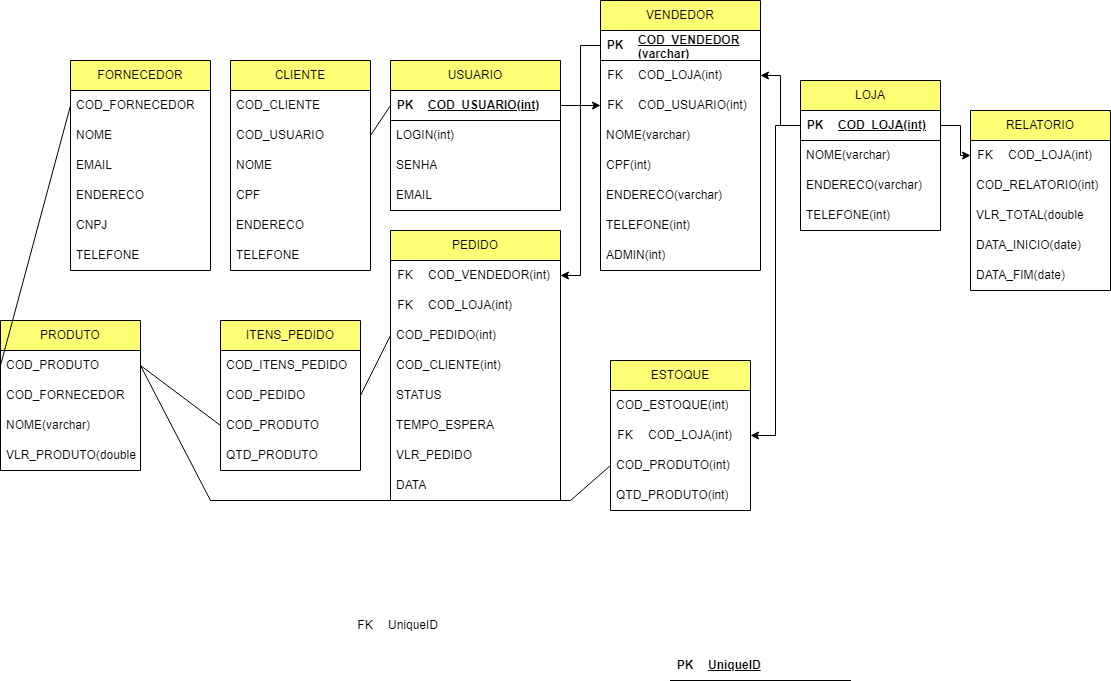
Above: ProjetoLógicoZéDelivery/zedelivery.drawio.png in NicolasKevin2/BD (draw.io), before the change. Source tidied: cells renumbered, new cells last; positions are measured from the earlier drawing's top-left corner, leaving out a move shared by most shapes.
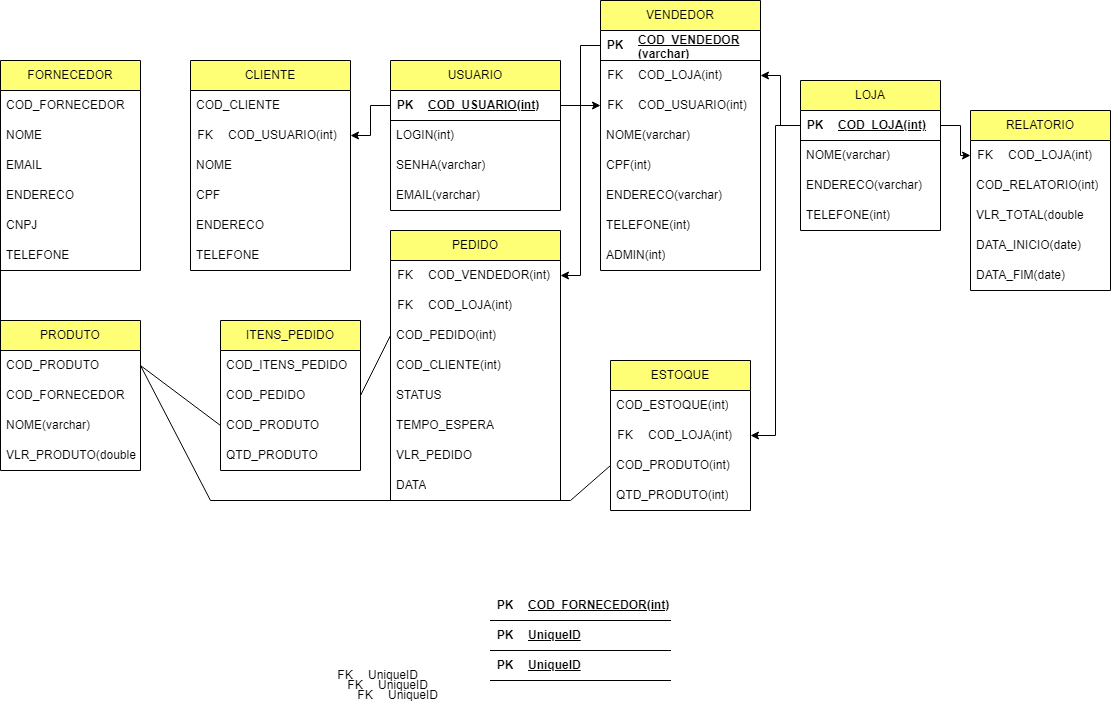
The same file after the commit.

The edit, as a diff of the source:
```diff
@@ -20,38 +20,42 @@
     <mxCell id="7" value="LOGIN(int)" style="text;strokeColor=none;fillColor=none;align=left;verticalAlign=middle;spacingLeft=4;spacingRight=4;overflow=hidden;whiteSpace=wrap;html=1;" parent="2" vertex="1">
       <mxGeometry y="60" width="170" height="30" as="geometry" />
     </mxCell>
-    <mxCell id="8" value="SENHA" style="text;strokeColor=none;fillColor=none;align=left;verticalAlign=middle;spacingLeft=4;spacingRight=4;overflow=hidden;whiteSpace=wrap;html=1;" parent="2" vertex="1">
+    <mxCell id="8" value="SENHA(varchar)" style="text;strokeColor=none;fillColor=none;align=left;verticalAlign=middle;spacingLeft=4;spacingRight=4;overflow=hidden;whiteSpace=wrap;html=1;" parent="2" vertex="1">
       <mxGeometry y="90" width="170" height="30" as="geometry" />
     </mxCell>
-    <mxCell id="9" value="EMAIL" style="text;strokeColor=none;fillColor=none;align=left;verticalAlign=middle;spacingLeft=4;spacingRight=4;overflow=hidden;whiteSpace=wrap;html=1;" parent="2" vertex="1">
+    <mxCell id="9" value="EMAIL(varchar)" style="text;strokeColor=none;fillColor=none;align=left;verticalAlign=middle;spacingLeft=4;spacingRight=4;overflow=hidden;whiteSpace=wrap;html=1;" parent="2" vertex="1">
       <mxGeometry y="120" width="170" height="30" as="geometry" />
     </mxCell>
     <mxCell id="10" value="CLIENTE" style="swimlane;fontStyle=0;horizontal=1;startSize=30;whiteSpace=wrap;html=1;fillColor=#FFFF75;" parent="1" vertex="1">
-      <mxGeometry x="230" y="60" width="140" height="210" as="geometry" />
+      <mxGeometry x="190" y="60" width="160" height="210" as="geometry" />
     </mxCell>
     <mxCell id="11" value="COD_CLIENTE" style="text;strokeColor=none;fillColor=none;align=left;verticalAlign=middle;spacingLeft=4;spacingRight=4;overflow=hidden;whiteSpace=wrap;html=1;" parent="10" vertex="1">
-      <mxGeometry y="30" width="140" height="30" as="geometry" />
+      <mxGeometry y="30" width="160" height="30" as="geometry" />
     </mxCell>
-    <mxCell id="12" value="COD_USUARIO" style="text;strokeColor=none;fillColor=none;align=left;verticalAlign=middle;spacingLeft=4;spacingRight=4;overflow=hidden;points=[[0,0.5],[1,0.5]];portConstraint=eastwest;whiteSpace=wrap;html=1;" parent="10" vertex="1">
-      <mxGeometry y="60" width="140" height="30" as="geometry" />
-    </mxCell>
+    <mxCell id="100" style="shape=table;startSize=0;rowLines=0;fontStyle=0;align=center;strokeColor=none;fillColor=none;" parent="10" vertex="1">
+      <mxGeometry y="60" width="160" height="30" as="geometry" />
+    </mxCell>
+    <mxCell id="101" style="shape=tableRow;horizontal=0;startSize=0;swimlaneHead=0;swimlaneBody=0;fillColor=none;points=[[0,0.5],[1,0.5]];portConstraint=eastwest;top=0;left=0;right=0;bottom=0;" parent="100" vertex="1">
+      <mxGeometry width="160" height="30" as="geometry" />
+    </mxCell>
+    <mxCell id="102" value="FK" style="shape=partialRectangle;fillColor=none;top=0;left=0;bottom=0;right=0;fontStyle=0;overflow=hidden;whiteSpace=wrap;html=1;" parent="101" vertex="1">
+      <mxGeometry width="30" height="30" as="geometry" />
+    </mxCell>
+    <mxCell id="103" value="COD_USUARIO(int)" style="shape=partialRectangle;fillColor=none;top=0;left=0;bottom=0;right=0;align=left;spacingLeft=6;fontStyle=0;overflow=hidden;whiteSpace=wrap;html=1;" parent="101" vertex="1">
+      <mxGeometry x="30" width="130" height="30" as="geometry" />
+    </mxCell>
     <mxCell id="13" value="NOME" style="text;strokeColor=none;fillColor=none;align=left;verticalAlign=middle;spacingLeft=4;spacingRight=4;overflow=hidden;whiteSpace=wrap;html=1;" parent="10" vertex="1">
-      <mxGeometry y="90" width="140" height="30" as="geometry" />
+      <mxGeometry y="90" width="160" height="30" as="geometry" />
     </mxCell>
     <mxCell id="14" value="CPF" style="text;strokeColor=none;fillColor=none;align=left;verticalAlign=middle;spacingLeft=4;spacingRight=4;overflow=hidden;whiteSpace=wrap;html=1;" parent="10" vertex="1">
-      <mxGeometry y="120" width="140" height="30" as="geometry" />
+      <mxGeometry y="120" width="160" height="30" as="geometry" />
     </mxCell>
     <mxCell id="15" value="ENDERECO" style="text;strokeColor=none;fillColor=none;align=left;verticalAlign=middle;spacingLeft=4;spacingRight=4;overflow=hidden;whiteSpace=wrap;html=1;" parent="10" vertex="1">
-      <mxGeometry y="150" width="140" height="30" as="geometry" />
+      <mxGeometry y="150" width="160" height="30" as="geometry" />
     </mxCell>
     <mxCell id="16" value="TELEFONE" style="text;strokeColor=none;fillColor=none;align=left;verticalAlign=middle;spacingLeft=4;spacingRight=4;overflow=hidden;whiteSpace=wrap;html=1;" parent="10" vertex="1">
-      <mxGeometry y="180" width="140" height="30" as="geometry" />
+      <mxGeometry y="180" width="160" height="30" as="geometry" />
     </mxCell>
-    <mxCell id="17" style="endArrow=none;html=1;rounded=0;entryX=0;entryY=0.5;entryDx=0;entryDy=0;exitX=1;exitY=0.5;exitDx=0;exitDy=0;" parent="1" edge="1" source="12">
-      <mxGeometry relative="1" as="geometry">
-        <mxPoint x="390" y="105" as="targetPoint" />
-      </mxGeometry>
-    </mxCell>
     <mxCell id="18" value="VENDEDOR" style="swimlane;fontStyle=0;horizontal=1;startSize=30;whiteSpace=wrap;html=1;fillColor=#FFFF75;" parent="1" vertex="1">
       <mxGeometry x="600" width="160" height="270" as="geometry" />
     </mxCell>
@@ -209,7 +213,7 @@
       <mxGeometry relative="1" as="geometry" />
     </mxCell>
     <mxCell id="70" value="FORNECEDOR" style="swimlane;fontStyle=0;horizontal=1;startSize=30;whiteSpace=wrap;html=1;fillColor=#FFFF75;" parent="1" vertex="1">
-      <mxGeometry x="70" y="60" width="140" height="210" as="geometry" />
+      <mxGeometry y="60" width="140" height="210" as="geometry" />
     </mxCell>
     <mxCell id="71" value="COD_FORNECEDOR" style="text;strokeColor=none;fillColor=none;align=left;verticalAlign=middle;spacingLeft=4;spacingRight=4;overflow=hidden;points=[[0,0.5],[1,0.5]];portConstraint=eastwest;whiteSpace=wrap;html=1;" parent="70" vertex="1">
       <mxGeometry y="30" width="140" height="30" as="geometry" />
@@ -303,20 +307,8 @@
     <mxCell id="99" style="edgeStyle=orthogonalEdgeStyle;rounded=0;jettySize=auto;html=1;" parent="1" edge="1" source="37" target="89">
       <mxGeometry relative="1" as="geometry" />
     </mxCell>
-    <mxCell id="100" style="shape=table;startSize=0;rowLines=0;fontStyle=0;align=center;strokeColor=none;fillColor=none;" parent="1" vertex="1">
-      <mxGeometry x="350" y="610" width="180" height="30" as="geometry" />
-    </mxCell>
-    <mxCell id="101" style="shape=tableRow;horizontal=0;startSize=0;swimlaneHead=0;swimlaneBody=0;fillColor=none;points=[[0,0.5],[1,0.5]];portConstraint=eastwest;top=0;left=0;right=0;bottom=0;" parent="100" vertex="1">
-      <mxGeometry width="180" height="30" as="geometry" />
-    </mxCell>
-    <mxCell id="102" value="FK" style="shape=partialRectangle;fillColor=none;top=0;left=0;bottom=0;right=0;fontStyle=0;overflow=hidden;whiteSpace=wrap;html=1;" parent="101" vertex="1">
-      <mxGeometry width="30" height="30" as="geometry" />
-    </mxCell>
-    <mxCell id="103" value="UniqueID" style="shape=partialRectangle;fillColor=none;top=0;left=0;bottom=0;right=0;align=left;spacingLeft=6;fontStyle=0;overflow=hidden;whiteSpace=wrap;html=1;" parent="101" vertex="1">
-      <mxGeometry x="30" width="150" height="30" as="geometry" />
-    </mxCell>
     <mxCell id="104" style="shape=table;startSize=0;rowLines=0;fontStyle=0;align=center;strokeColor=none;fillColor=none;" parent="1" vertex="1">
-      <mxGeometry x="670" y="650" width="180" height="30" as="geometry" />
+      <mxGeometry x="490" y="590" width="180" height="90" as="geometry" />
     </mxCell>
     <mxCell id="105" style="shape=tableRow;horizontal=0;startSize=0;swimlaneHead=0;swimlaneBody=0;fillColor=none;top=0;left=0;right=0;bottom=1;" parent="104" vertex="1">
       <mxGeometry width="180" height="30" as="geometry" />
@@ -324,11 +316,68 @@
     <mxCell id="106" value="PK" style="shape=partialRectangle;fillColor=none;top=0;left=0;bottom=0;right=0;fontStyle=1;overflow=hidden;whiteSpace=wrap;html=1;" parent="105" vertex="1">
       <mxGeometry width="30" height="30" as="geometry" />
     </mxCell>
-    <mxCell id="107" value="UniqueID" style="shape=partialRectangle;fillColor=none;top=0;left=0;bottom=0;right=0;align=left;spacingLeft=6;fontStyle=5;overflow=hidden;whiteSpace=wrap;html=1;" parent="105" vertex="1">
+    <mxCell id="107" value="COD_FORNECEDOR(int)" style="shape=partialRectangle;fillColor=none;top=0;left=0;bottom=0;right=0;align=left;spacingLeft=6;fontStyle=5;overflow=hidden;whiteSpace=wrap;html=1;" parent="105" vertex="1">
       <mxGeometry x="30" width="150" height="30" as="geometry" />
     </mxCell>
+    <mxCell id="109" style="shape=tableRow;horizontal=0;startSize=0;swimlaneHead=0;swimlaneBody=0;fillColor=none;top=0;left=0;right=0;bottom=1;" parent="104" vertex="1">
+      <mxGeometry y="30" width="180" height="30" as="geometry" />
+    </mxCell>
+    <mxCell id="110" value="PK" style="shape=partialRectangle;fillColor=none;top=0;left=0;bottom=0;right=0;fontStyle=1;overflow=hidden;whiteSpace=wrap;html=1;" parent="109" vertex="1">
+      <mxGeometry width="30" height="30" as="geometry" />
+    </mxCell>
+    <mxCell id="111" value="UniqueID" style="shape=partialRectangle;fillColor=none;top=0;left=0;bottom=0;right=0;align=left;spacingLeft=6;fontStyle=5;overflow=hidden;whiteSpace=wrap;html=1;" parent="109" vertex="1">
+      <mxGeometry x="30" width="150" height="30" as="geometry" />
+    </mxCell>
+    <mxCell id="112" style="shape=tableRow;horizontal=0;startSize=0;swimlaneHead=0;swimlaneBody=0;fillColor=none;top=0;left=0;right=0;bottom=1;" parent="104" vertex="1">
+      <mxGeometry y="60" width="180" height="30" as="geometry" />
+    </mxCell>
+    <mxCell id="113" value="PK" style="shape=partialRectangle;fillColor=none;top=0;left=0;bottom=0;right=0;fontStyle=1;overflow=hidden;whiteSpace=wrap;html=1;" parent="112" vertex="1">
+      <mxGeometry width="30" height="30" as="geometry" />
+    </mxCell>
+    <mxCell id="114" value="UniqueID" style="shape=partialRectangle;fillColor=none;top=0;left=0;bottom=0;right=0;align=left;spacingLeft=6;fontStyle=5;overflow=hidden;whiteSpace=wrap;html=1;" parent="112" vertex="1">
+      <mxGeometry x="30" width="150" height="30" as="geometry" />
+    </mxCell>
     <mxCell id="108" style="edgeStyle=orthogonalEdgeStyle;rounded=0;jettySize=auto;html=1;" parent="1" edge="1" source="4" target="27">
       <mxGeometry relative="1" as="geometry" />
     </mxCell>
+    <mxCell id="115" style="shape=table;startSize=0;rowLines=0;fontStyle=0;align=center;strokeColor=none;fillColor=none;" parent="1" vertex="1">
+      <mxGeometry x="330" y="660" width="180" height="30" as="geometry" />
+    </mxCell>
+    <mxCell id="116" style="shape=tableRow;horizontal=0;startSize=0;swimlaneHead=0;swimlaneBody=0;fillColor=none;top=0;left=0;right=0;bottom=0;" parent="115" vertex="1">
+      <mxGeometry width="180" height="30" as="geometry" />
+    </mxCell>
+    <mxCell id="117" value="FK" style="shape=partialRectangle;fillColor=none;top=0;left=0;bottom=0;right=0;fontStyle=0;overflow=hidden;whiteSpace=wrap;html=1;" parent="116" vertex="1">
+      <mxGeometry width="30" height="30" as="geometry" />
+    </mxCell>
+    <mxCell id="118" value="UniqueID" style="shape=partialRectangle;fillColor=none;top=0;left=0;bottom=0;right=0;align=left;spacingLeft=6;fontStyle=0;overflow=hidden;whiteSpace=wrap;html=1;" parent="116" vertex="1">
+      <mxGeometry x="30" width="150" height="30" as="geometry" />
+    </mxCell>
+    <mxCell id="119" style="shape=table;startSize=0;rowLines=0;fontStyle=0;align=center;strokeColor=none;fillColor=none;" parent="1" vertex="1">
+      <mxGeometry x="340" y="670" width="180" height="30" as="geometry" />
+    </mxCell>
+    <mxCell id="120" style="shape=tableRow;horizontal=0;startSize=0;swimlaneHead=0;swimlaneBody=0;fillColor=none;top=0;left=0;right=0;bottom=0;" parent="119" vertex="1">
+      <mxGeometry width="180" height="30" as="geometry" />
+    </mxCell>
+    <mxCell id="121" value="FK" style="shape=partialRectangle;fillColor=none;top=0;left=0;bottom=0;right=0;fontStyle=0;overflow=hidden;whiteSpace=wrap;html=1;" parent="120" vertex="1">
+      <mxGeometry width="30" height="30" as="geometry" />
+    </mxCell>
+    <mxCell id="122" value="UniqueID" style="shape=partialRectangle;fillColor=none;top=0;left=0;bottom=0;right=0;align=left;spacingLeft=6;fontStyle=0;overflow=hidden;whiteSpace=wrap;html=1;" parent="120" vertex="1">
+      <mxGeometry x="30" width="150" height="30" as="geometry" />
+    </mxCell>
+    <mxCell id="123" style="shape=table;startSize=0;rowLines=0;fontStyle=0;align=center;strokeColor=none;fillColor=none;" parent="1" vertex="1">
+      <mxGeometry x="350" y="680" width="180" height="30" as="geometry" />
+    </mxCell>
+    <mxCell id="124" style="shape=tableRow;horizontal=0;startSize=0;swimlaneHead=0;swimlaneBody=0;fillColor=none;top=0;left=0;right=0;bottom=0;" parent="123" vertex="1">
+      <mxGeometry width="180" height="30" as="geometry" />
+    </mxCell>
+    <mxCell id="125" value="FK" style="shape=partialRectangle;fillColor=none;top=0;left=0;bottom=0;right=0;fontStyle=0;overflow=hidden;whiteSpace=wrap;html=1;" parent="124" vertex="1">
+      <mxGeometry width="30" height="30" as="geometry" />
+    </mxCell>
+    <mxCell id="126" value="UniqueID" style="shape=partialRectangle;fillColor=none;top=0;left=0;bottom=0;right=0;align=left;spacingLeft=6;fontStyle=0;overflow=hidden;whiteSpace=wrap;html=1;" parent="124" vertex="1">
+      <mxGeometry x="30" width="150" height="30" as="geometry" />
+    </mxCell>
+    <mxCell id="127" style="edgeStyle=orthogonalEdgeStyle;rounded=0;jettySize=auto;html=1;" parent="1" edge="1" source="4" target="101">
+      <mxGeometry relative="1" as="geometry" />
+    </mxCell>
   </root>
 </mxGraphModel>
```
